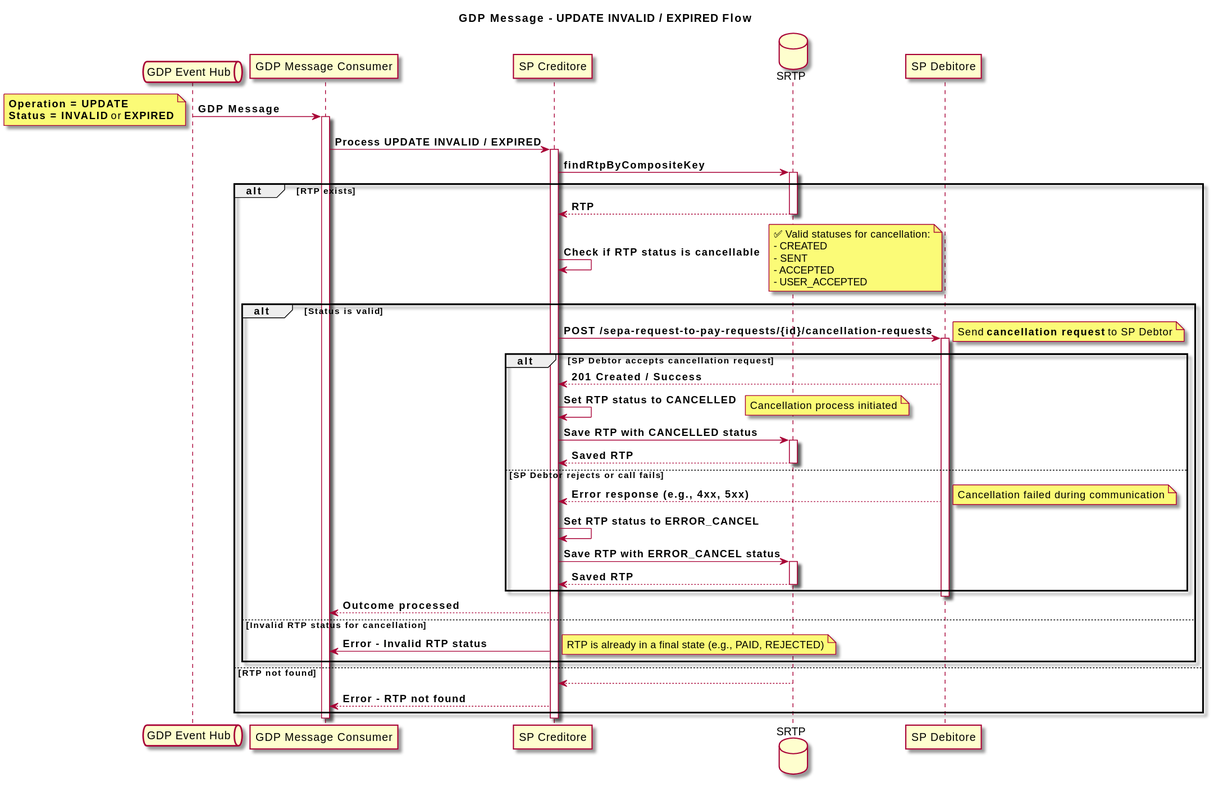
Earlier version of the PlantUML export diagrams/update-expired-invalid-queue-schema.svg (pagopa/rtp-docs). The source it was exported from:
```plantuml
@startuml
skin rose
title GDP Message - **UPDATE INVALID / EXPIRED** Flow

queue "GDP Event Hub" as Queue
participant "GDP Message Consumer" as Consumer
participant "SP Creditore" as SPC
database "SRTP" as SRTP
participant "SP Debitore" as SPD

Queue -> Consumer: **GDP Message**
note left
  **Operation = UPDATE**
  **Status = INVALID** or **EXPIRED**
end note

activate Consumer
Consumer -> SPC: **Process UPDATE INVALID / EXPIRED**
activate SPC

SPC -> SRTP: **findRtpByCompositeKey**
activate SRTP

alt **RTP exists**
  SRTP --> SPC: **RTP**
  deactivate SRTP

  SPC -> SPC: **Check if RTP status is cancellable**
  note right
    ✅ Valid statuses for cancellation:
    - CREATED
    - SENT
    - ACCEPTED
    - USER_ACCEPTED
  end note

  alt **Status is valid**
    SPC -> SPD: **POST /sepa-request-to-pay-requests/{id}/cancellation-requests**
    note right: Send **cancellation request** to SP Debtor
    activate SPD

    alt **SP Debtor accepts cancellation request**
      SPD --> SPC: **201 Created / Success**

      SPC -> SPC: **Set RTP status to CANCELLED**
      note right: Cancellation process initiated

      SPC -> SRTP: **Save RTP with CANCELLED status**
      activate SRTP
      SRTP --> SPC: **Saved RTP**
      deactivate SRTP

    else **SP Debtor rejects or call fails**
      SPD --> SPC: **Error response (e.g., 4xx, 5xx)**
      note right: Cancellation failed during communication

      SPC -> SPC: **Set RTP status to ERROR_CANCEL**

      SPC -> SRTP: **Save RTP with ERROR_CANCEL status**
      activate SRTP
      SRTP --> SPC: **Saved RTP**
      deactivate SRTP
    end

    deactivate SPD
    SPC --> Consumer: **Outcome processed**

  else **Invalid RTP status for cancellation**
    SPC -> Consumer: **Error - Invalid RTP status**
    note right: RTP is already in a final state (e.g., PAID, REJECTED)
  end

else **RTP not found**
  SRTP --> SPC
  deactivate SRTP
  SPC --> Consumer: **Error - RTP not found**
end

deactivate SPC
deactivate Consumer
@enduml
```
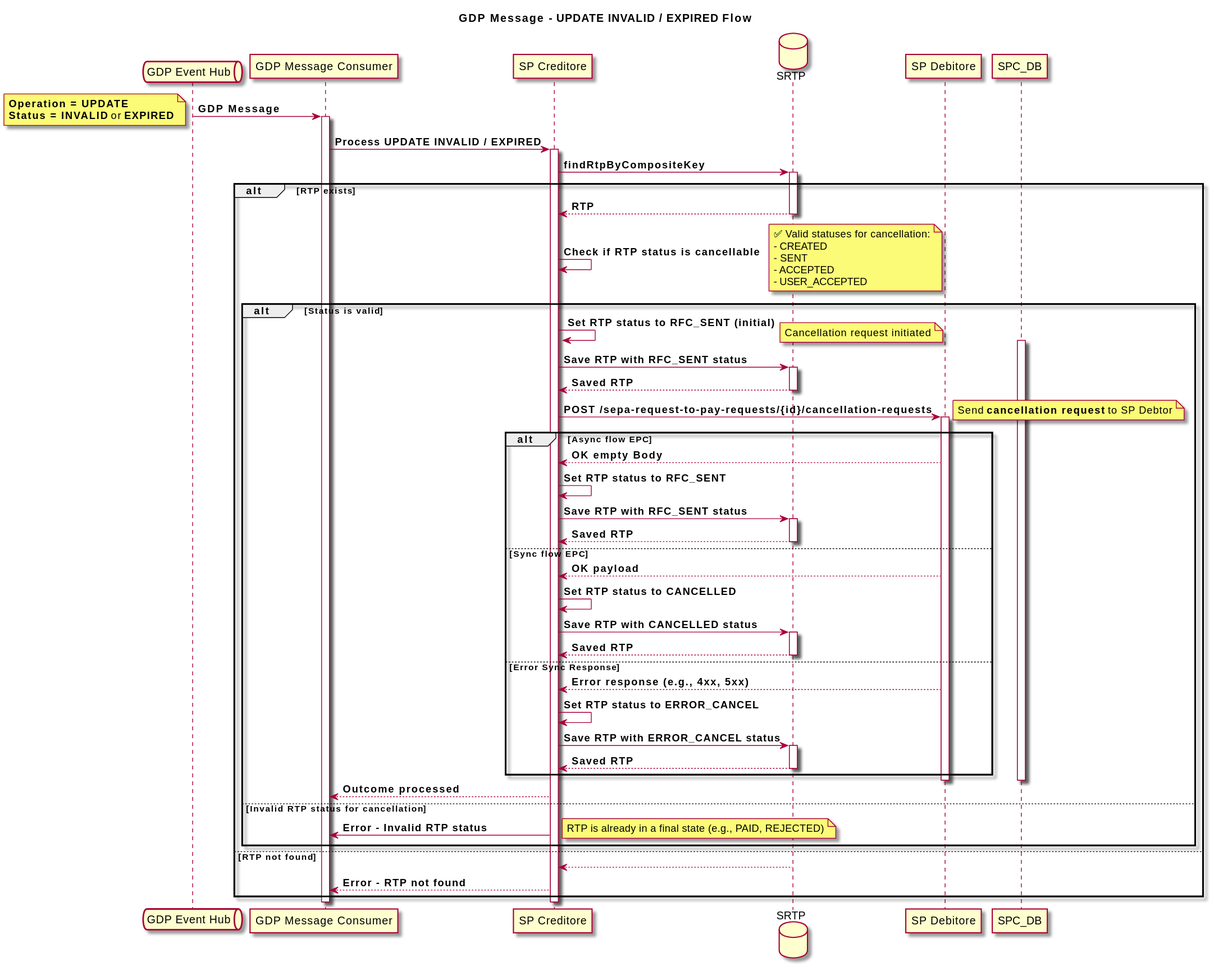
The same file after the commit.

Change to the diagram source:
```diff
@@ -35,27 +35,35 @@
   end note
 
   alt **Status is valid**
+    SPC -> SPC: **Set RTP status to RFC_SENT (initial)**
+    note right: Cancellation request initiated
+    activate SPC_DB
+    SPC -> SRTP: **Save RTP with RFC_SENT status**
+    activate SRTP
+    SRTP --> SPC: **Saved RTP**
+    deactivate SRTP
+
     SPC -> SPD: **POST /sepa-request-to-pay-requests/{id}/cancellation-requests**
     note right: Send **cancellation request** to SP Debtor
     activate SPD
 
-    alt **SP Debtor accepts cancellation request**
-      SPD --> SPC: **201 Created / Success**
-
+    alt **Async flow EPC**
+      SPD --> SPC: **OK empty Body**
+      SPC -> SPC: **Set RTP status to RFC_SENT**
+      SPC -> SRTP: **Save RTP with RFC_SENT status**
+      activate SRTP
+      SRTP --> SPC: **Saved RTP**
+      deactivate SRTP
+    else **Sync flow EPC**
+      SPD --> SPC: **OK payload**
       SPC -> SPC: **Set RTP status to CANCELLED**
-      note right: Cancellation process initiated
-
       SPC -> SRTP: **Save RTP with CANCELLED status**
       activate SRTP
       SRTP --> SPC: **Saved RTP**
       deactivate SRTP
-
-    else **SP Debtor rejects or call fails**
+    else **Error Sync Response**
       SPD --> SPC: **Error response (e.g., 4xx, 5xx)**
-      note right: Cancellation failed during communication
-
       SPC -> SPC: **Set RTP status to ERROR_CANCEL**
-
       SPC -> SRTP: **Save RTP with ERROR_CANCEL status**
       activate SRTP
       SRTP --> SPC: **Saved RTP**
@@ -63,6 +71,7 @@
     end
 
     deactivate SPD
+    deactivate SPC_DB
     SPC --> Consumer: **Outcome processed**
 
   else **Invalid RTP status for cancellation**
```
